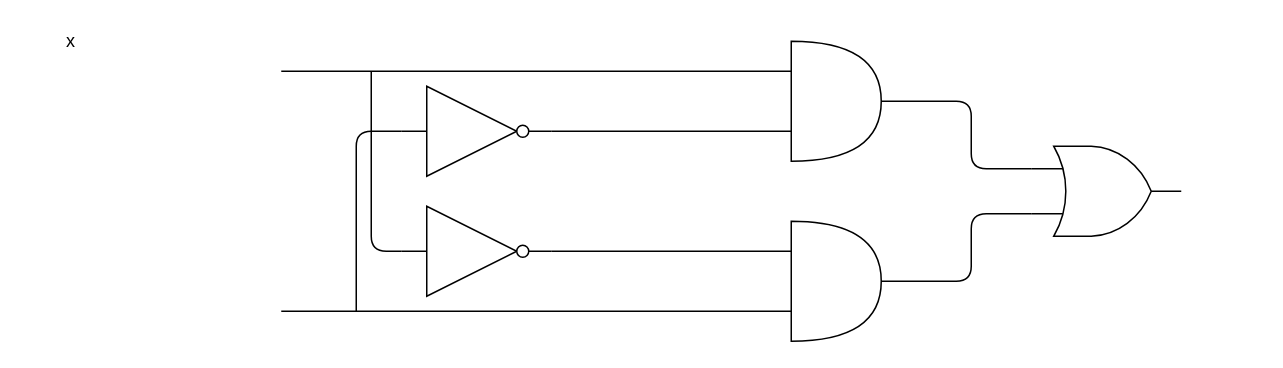
Earlier version of the draw.io diagram L演習2.drawio (PoriPoriPori/Pori). Source tidied: cells renumbered, new cells numbered last; positions are measured from the earlier drawing's top-left corner, leaving out a move shared by most shapes. Both pictures are drawn from the tidied source at 150%, with x=0, y=0 at pixel (26, 26).
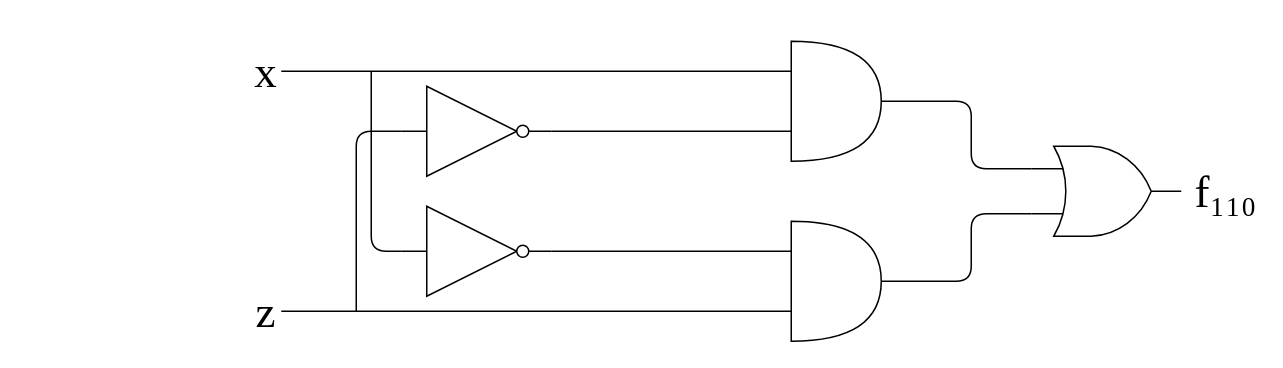
The same page after the edit.

The edit, as a diff of the source:
```diff
@@
-    <mxCell id="3" value="x" style="text;html=1;strokeColor=none;fillColor=none;align=center;verticalAlign=middle;whiteSpace=wrap;rounded=0;" parent="1" vertex="1">
-      <mxGeometry width="60" height="20" as="geometry" />
-    </mxCell>
@@
+    <mxCell id="3" value="&lt;font style=&quot;font-size: 30px&quot; face=&quot;Times New Roman&quot;&gt;x&lt;/font&gt;" style="text;html=1;strokeColor=none;fillColor=none;align=center;verticalAlign=middle;whiteSpace=wrap;rounded=0;shadow=0;sketch=0;" parent="1" vertex="1">
+      <mxGeometry x="140" y="20" width="40" height="20" as="geometry" />
+    </mxCell>
+    <mxCell id="16" value="&lt;font style=&quot;font-size: 30px&quot; face=&quot;Times New Roman&quot;&gt;z&lt;/font&gt;" style="text;html=1;strokeColor=none;fillColor=none;align=center;verticalAlign=middle;whiteSpace=wrap;rounded=0;shadow=0;sketch=0;" parent="1" vertex="1">
+      <mxGeometry x="140" y="180" width="40" height="20" as="geometry" />
+    </mxCell>
+    <mxCell id="17" value="&lt;div style=&quot;font-size: 30px&quot;&gt;&lt;font style=&quot;font-size: 30px&quot; face=&quot;Times New Roman&quot;&gt;f₁₁₀&lt;/font&gt;&lt;/div&gt;" style="text;html=1;strokeColor=none;fillColor=none;align=center;verticalAlign=middle;whiteSpace=wrap;rounded=0;shadow=0;sketch=0;" parent="1" vertex="1">
+      <mxGeometry x="780" y="100" width="40" height="20" as="geometry" />
+    </mxCell>
```
